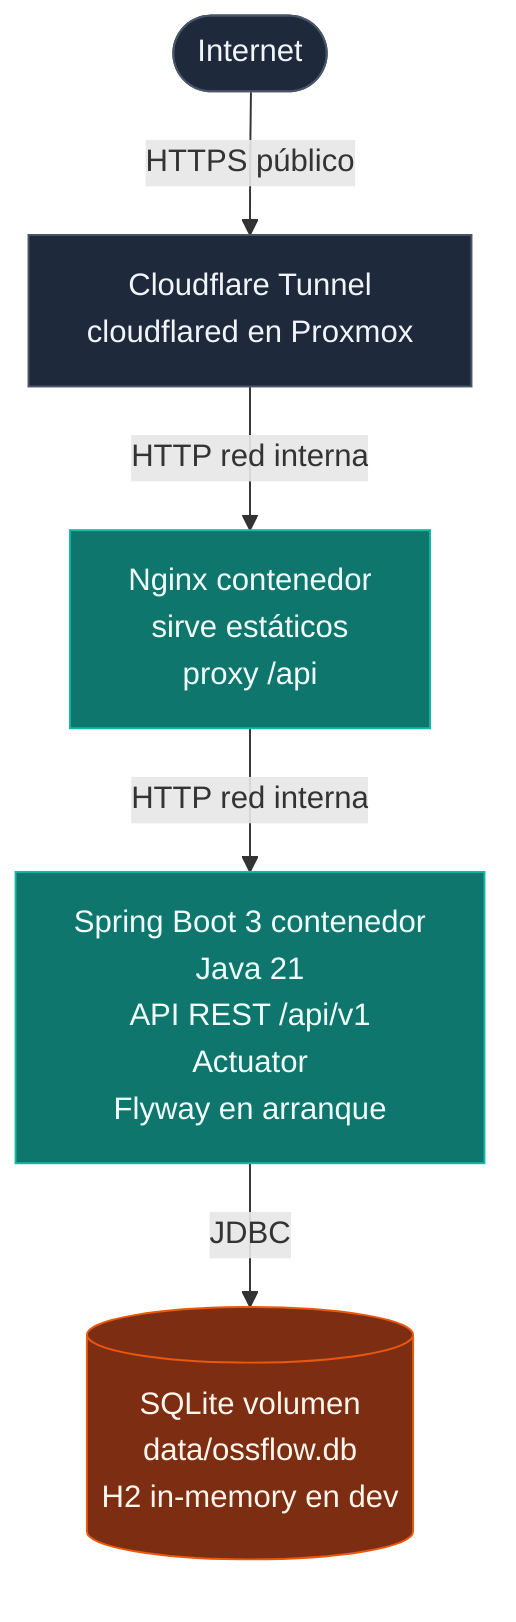
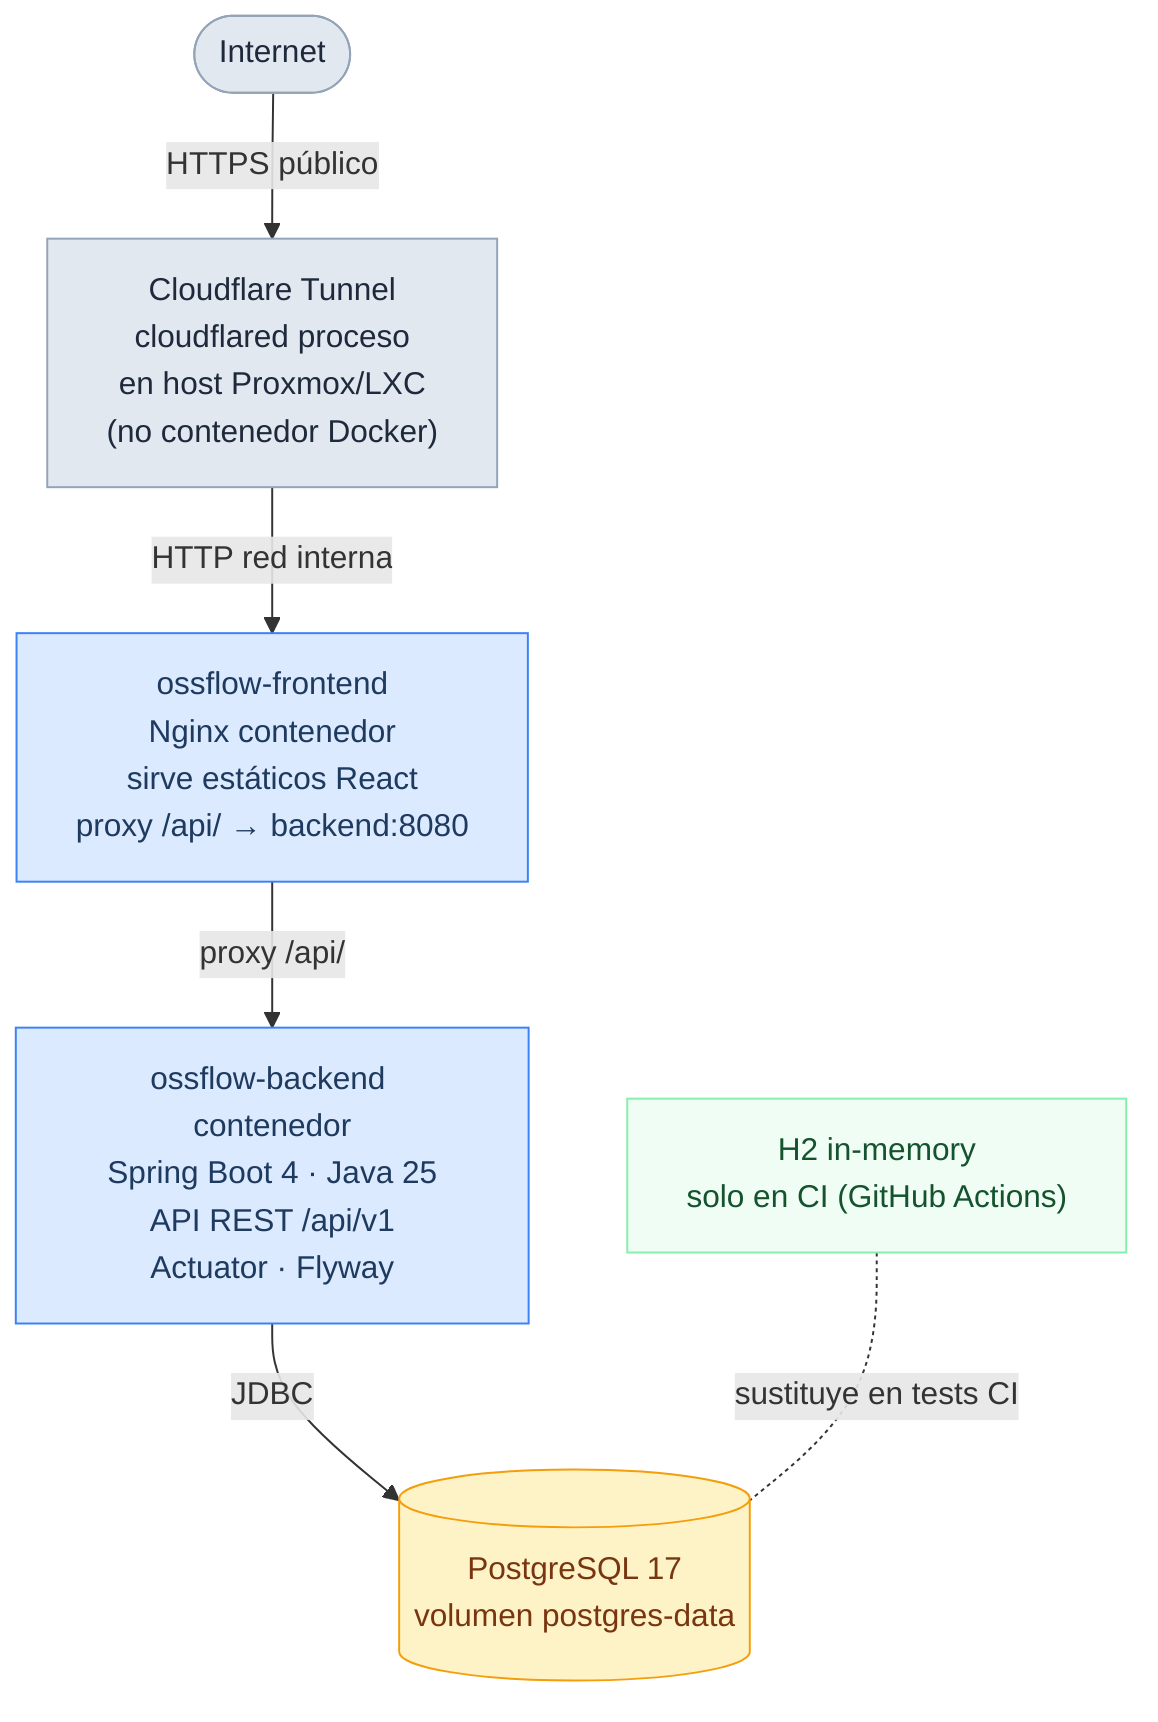
flowchart TB
    Internet([Internet])
-     CFTunnel[Cloudflare Tunnel<br/>cloudflared en Proxmox]
-     Nginx[Nginx contenedor<br/>sirve estáticos<br/>proxy /api]
-     Backend[Spring Boot 3 contenedor<br/>Java 21<br/>API REST /api/v1<br/>Actuator<br/>Flyway en arranque]
-     DB[(SQLite volumen<br/>data/ossflow.db<br/>H2 in-memory en dev)]
+     CFTunnel["Cloudflare Tunnel<br/>cloudflared proceso<br/>en host Proxmox/LXC<br/>(no contenedor Docker)"]
+     Nginx["ossflow-frontend<br/>Nginx contenedor<br/>sirve estáticos React<br/>proxy /api/ → backend:8080"]
+     Backend["ossflow-backend contenedor<br/>Spring Boot 4 · Java 25<br/>API REST /api/v1<br/>Actuator · Flyway"]
+     DB[("PostgreSQL 17<br/>volumen postgres-data")]
+     H2Note["H2 in-memory<br/>solo en CI (GitHub Actions)"]

    Internet -->|HTTPS público| CFTunnel
    CFTunnel -->|HTTP red interna| Nginx
-     Nginx -->|HTTP red interna| Backend
+     Nginx -->|proxy /api/| Backend
    Backend -->|JDBC| DB
+     H2Note -.-|sustituye en tests CI| DB

-     classDef edge fill:#1e293b,stroke:#475569,color:#f1f5f9
-     classDef service fill:#0f766e,stroke:#14b8a6,color:#f0fdfa
-     classDef data fill:#7c2d12,stroke:#ea580c,color:#fff7ed
+     classDef edge fill:#e2e8f0,stroke:#94a3b8,color:#1e293b
+     classDef service fill:#dbeafe,stroke:#3b82f6,color:#1e3a5f
+     classDef data fill:#fef3c7,stroke:#f59e0b,color:#78350f
+     classDef note fill:#f0fdf4,stroke:#86efac,color:#14532d

    class Internet,CFTunnel edge
    class Nginx,Backend service
    class DB data
+     class H2Note note
